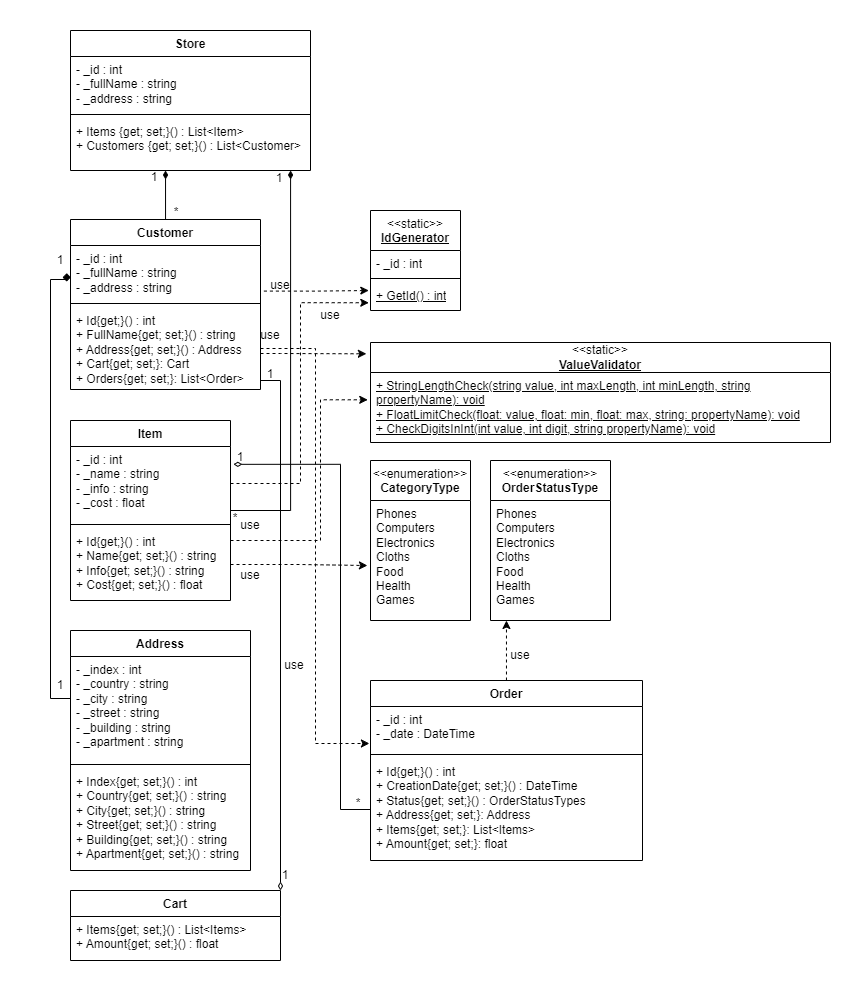
antoniocra04/oop-winform keeps this draw.io diagram as oop-winform/Diagram.drawio.png. Above is the earlier version. Source tidied: cells renumbered, new cells last; positions are measured from the earlier drawing's top-left corner, leaving out a move shared by most shapes.
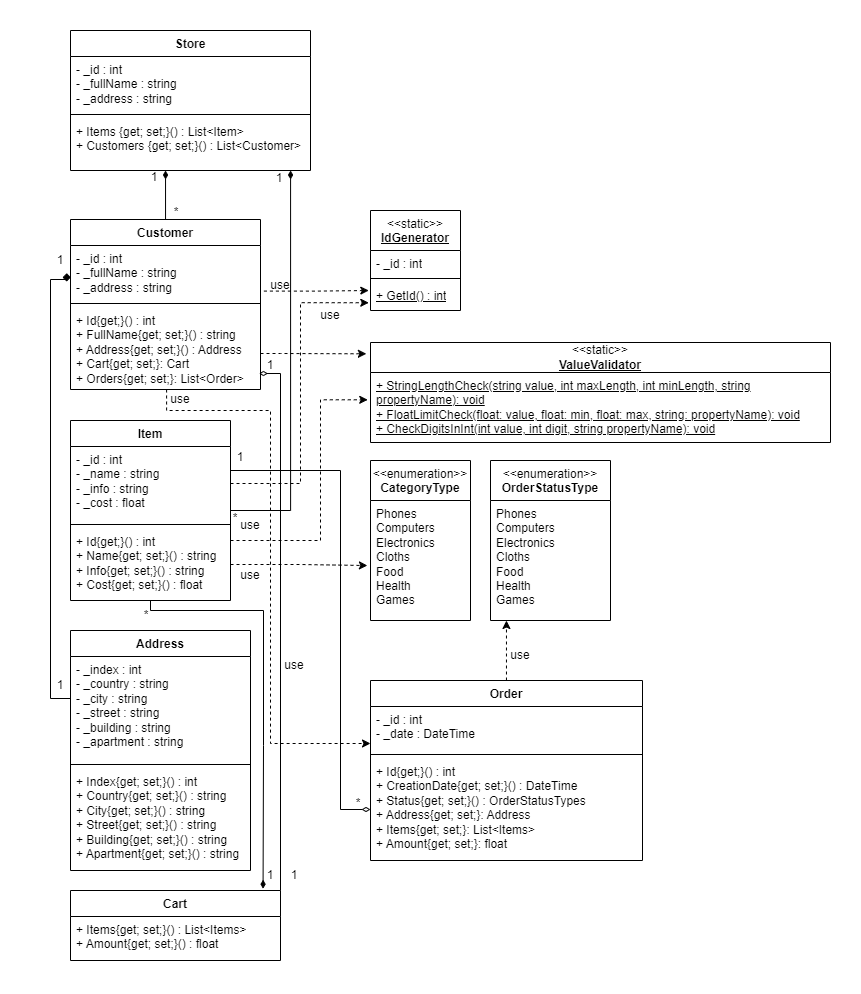
Later version of the same file.

Commit message:
fix(ordersTab, diagramm): исправление замечаний

What changed in the source:
```diff
@@ -67,7 +67,7 @@
       <mxGeometry relative="1" as="geometry" />
     </mxCell>
     <mxCell id="20" value="use" style="text;html=1;align=center;verticalAlign=middle;whiteSpace=wrap;rounded=0;" parent="1" vertex="1">
-      <mxGeometry x="210" y="290" width="60" height="30" as="geometry" />
+      <mxGeometry x="120" y="354" width="60" height="30" as="geometry" />
     </mxCell>
     <mxCell id="21" value="use" style="text;html=1;align=center;verticalAlign=middle;whiteSpace=wrap;rounded=0;" parent="1" vertex="1">
       <mxGeometry x="190" y="480" width="60" height="30" as="geometry" />
@@ -180,32 +180,25 @@
     <mxCell id="54" value="use" style="text;html=1;align=center;verticalAlign=middle;whiteSpace=wrap;rounded=0;" parent="1" vertex="1">
       <mxGeometry x="460" y="610" width="60" height="30" as="geometry" />
     </mxCell>
-    <mxCell id="55" style="edgeStyle=orthogonalEdgeStyle;rounded=0;jettySize=auto;html=1;entryX=1;entryY=0;entryDx=0;entryDy=0;endArrow=diamondThin;endFill=0;" parent="1" edge="1" source="5" target="45">
-      <mxGeometry relative="1" as="geometry">
-        <Array as="points">
-          <mxPoint x="250" y="350" />
-        </Array>
-      </mxGeometry>
-    </mxCell>
     <mxCell id="56" value="use" style="text;html=1;align=center;verticalAlign=middle;whiteSpace=wrap;rounded=0;" parent="1" vertex="1">
       <mxGeometry x="234" y="620" width="60" height="30" as="geometry" />
     </mxCell>
-    <mxCell id="57" style="edgeStyle=orthogonalEdgeStyle;rounded=0;jettySize=auto;html=1;entryX=-0.004;entryY=0.841;entryDx=0;entryDy=0;entryPerimeter=0;dashed=1;" parent="1" edge="1" source="5" target="49">
-      <mxGeometry relative="1" as="geometry" />
+    <mxCell id="57" style="edgeStyle=orthogonalEdgeStyle;rounded=0;orthogonalLoop=1;jettySize=auto;html=1;entryX=-0.004;entryY=0.841;entryDx=0;entryDy=0;entryPerimeter=0;dashed=1;" parent="1" edge="1">
+      <mxGeometry relative="1" as="geometry">
+        <mxPoint x="136.1" y="359" as="sourcePoint" />
+        <mxPoint x="340" y="713" as="targetPoint" />
+        <Array as="points">
+          <mxPoint x="136" y="380" />
+          <mxPoint x="240" y="380" />
+          <mxPoint x="240" y="713" />
+        </Array>
+      </mxGeometry>
     </mxCell>
-    <mxCell id="58" style="edgeStyle=orthogonalEdgeStyle;rounded=0;jettySize=auto;html=1;entryX=1.018;entryY=0.241;entryDx=0;entryDy=0;entryPerimeter=0;endArrow=diamondThin;endFill=0;" parent="1" edge="1" source="51" target="7">
-      <mxGeometry relative="1" as="geometry">
-        <Array as="points">
-          <mxPoint x="310" y="779" />
-          <mxPoint x="310" y="434" />
-        </Array>
-      </mxGeometry>
-    </mxCell>
     <mxCell id="59" value="1" style="text;html=1;align=center;verticalAlign=middle;whiteSpace=wrap;rounded=0;" parent="1" vertex="1">
-      <mxGeometry x="225" y="329" width="30" height="30" as="geometry" />
+      <mxGeometry x="225" y="320" width="30" height="30" as="geometry" />
     </mxCell>
     <mxCell id="60" value="1" style="text;html=1;align=center;verticalAlign=middle;whiteSpace=wrap;rounded=0;" parent="1" vertex="1">
-      <mxGeometry x="240" y="830" width="30" height="30" as="geometry" />
+      <mxGeometry x="249" y="830" width="30" height="30" as="geometry" />
     </mxCell>
     <mxCell id="61" value="*" style="text;html=1;align=center;verticalAlign=middle;whiteSpace=wrap;rounded=0;" parent="1" vertex="1">
       <mxGeometry x="313" y="758" width="30" height="30" as="geometry" />
@@ -213,5 +206,36 @@
     <mxCell id="62" value="1" style="text;html=1;align=center;verticalAlign=middle;whiteSpace=wrap;rounded=0;" parent="1" vertex="1">
       <mxGeometry x="195" y="412" width="30" height="30" as="geometry" />
     </mxCell>
+    <mxCell id="63" style="edgeStyle=orthogonalEdgeStyle;rounded=0;jettySize=auto;html=1;endArrow=diamondThin;endFill=0;" parent="1" edge="1" source="7" target="51">
+      <mxGeometry relative="1" as="geometry">
+        <Array as="points">
+          <mxPoint x="310" y="440" />
+          <mxPoint x="310" y="779" />
+        </Array>
+      </mxGeometry>
+    </mxCell>
+    <mxCell id="64" style="edgeStyle=orthogonalEdgeStyle;rounded=0;jettySize=auto;html=1;entryX=0.992;entryY=0.805;entryDx=0;entryDy=0;entryPerimeter=0;endArrow=diamondThin;endFill=0;" parent="1" edge="1" source="45" target="5">
+      <mxGeometry relative="1" as="geometry">
+        <Array as="points">
+          <mxPoint x="250" y="343" />
+        </Array>
+      </mxGeometry>
+    </mxCell>
+    <mxCell id="65" style="edgeStyle=orthogonalEdgeStyle;rounded=0;jettySize=auto;html=1;entryX=0.917;entryY=-0.026;entryDx=0;entryDy=0;entryPerimeter=0;endArrow=diamondThin;endFill=1;" parent="1" edge="1" source="6" target="45">
+      <mxGeometry relative="1" as="geometry">
+        <Array as="points">
+          <mxPoint x="120" y="580" />
+          <mxPoint x="233" y="580" />
+          <mxPoint x="233" y="715" />
+          <mxPoint x="233" y="715" />
+        </Array>
+      </mxGeometry>
+    </mxCell>
+    <mxCell id="66" value="*" style="text;html=1;align=center;verticalAlign=middle;whiteSpace=wrap;rounded=0;" parent="1" vertex="1">
+      <mxGeometry x="101" y="570" width="30" height="30" as="geometry" />
+    </mxCell>
+    <mxCell id="67" value="1" style="text;html=1;align=center;verticalAlign=middle;whiteSpace=wrap;rounded=0;" parent="1" vertex="1">
+      <mxGeometry x="225" y="830" width="30" height="30" as="geometry" />
+    </mxCell>
   </root>
 </mxGraphModel>
```
